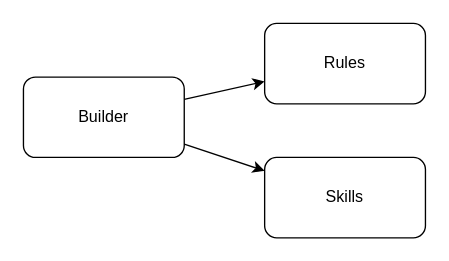
Earlier version of the draw.io diagram test.drawio (lezw-1/builder). Source tidied: cells renumbered, new cells numbered last; positions are measured from the earlier drawing's top-left corner, leaving out a move shared by most shapes. Both pictures are drawn from the tidied source at 134%, with x=0, y=0 at pixel (23, 23).
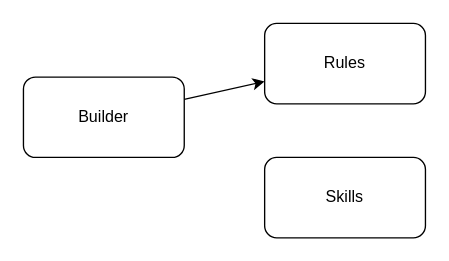
The same page after the edit.

What changed in the source:
```diff
@@
 <mxGraphModel>
   <root>
     <mxCell id="0" />
     <mxCell id="1" parent="0" />
     <mxCell id="2" value="Builder" style="rounded=1;whiteSpace=wrap;html=1;" parent="1" vertex="1">
       <mxGeometry y="40" width="120" height="60" as="geometry" />
     </mxCell>
     <mxCell id="3" value="Rules" style="rounded=1;whiteSpace=wrap;html=1;" parent="1" vertex="1">
       <mxGeometry x="180" width="120" height="60" as="geometry" />
     </mxCell>
     <mxCell id="4" value="Skills" style="rounded=1;whiteSpace=wrap;html=1;" parent="1" vertex="1">
       <mxGeometry x="180" y="100" width="120" height="60" as="geometry" />
     </mxCell>
     <mxCell id="5" parent="1" edge="1" source="2" target="3">
       <mxGeometry relative="1" as="geometry" />
     </mxCell>
-    <mxCell id="6" parent="1" edge="1" source="2" target="4">
-      <mxGeometry relative="1" as="geometry" />
-    </mxCell>
   </root>
 </mxGraphModel>
```
